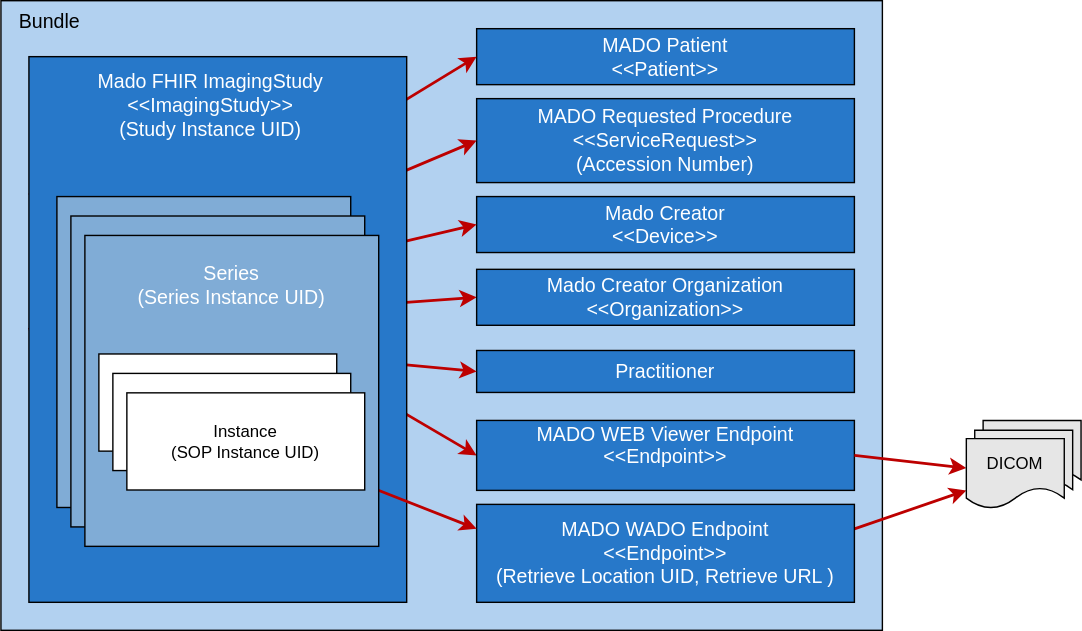
This is input/images/fhir-manifest-overview.drawio.svg from IHE/RAD.MADO, a draw.io export, as it was before one commit. Source tidied: cells renumbered, new cells last; positions are measured from the earlier drawing's top-left corner, leaving out a move shared by most shapes.
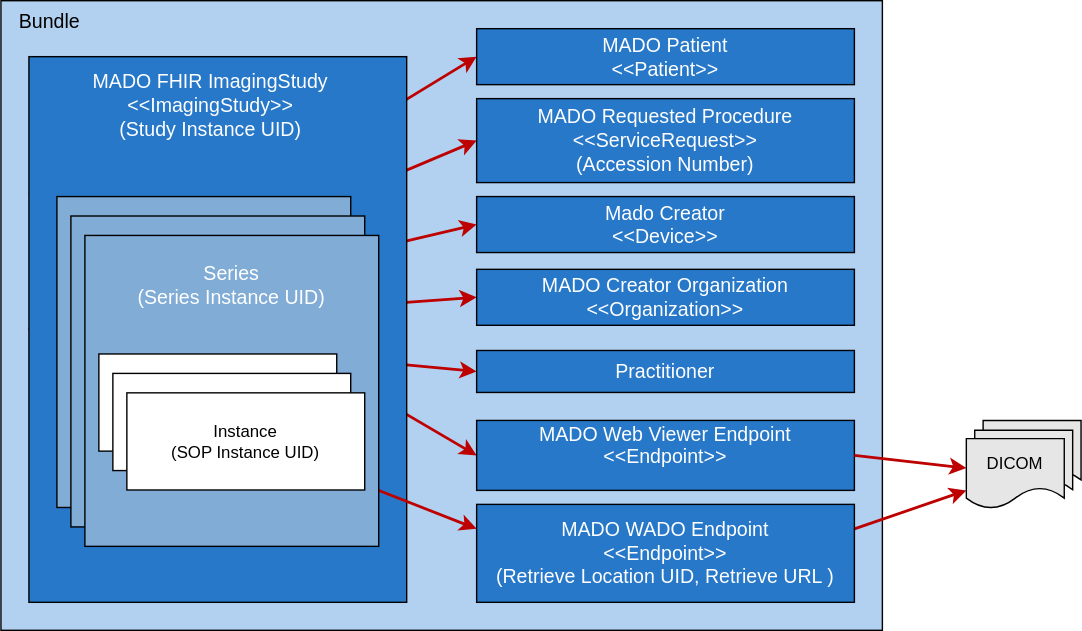
The same diagram one commit later.

Diff of the diagram source:
```diff
@@ -38,7 +38,7 @@
     <mxCell id="13" value="&lt;font style=&quot;color: rgb(255, 255, 255); font-size: 14px;&quot;&gt;MADO WADO Endpoint&lt;/font&gt;&lt;div&gt;&lt;font style=&quot;color: rgb(255, 255, 255); font-size: 14px;&quot;&gt;&amp;lt;&amp;lt;Endpoint&amp;gt;&amp;gt;&lt;/font&gt;&lt;div&gt;&lt;div&gt;&lt;font style=&quot;color: rgb(255, 255, 255); font-size: 14px;&quot;&gt;(Retrieve Location UID, Retrieve URL )&lt;/font&gt;&lt;/div&gt;&lt;/div&gt;&lt;/div&gt;" style="whiteSpace=wrap;html=1;fillColor=#2778C9;" parent="1" vertex="1">
       <mxGeometry x="340" y="360" width="270" height="70" as="geometry" />
     </mxCell>
-    <mxCell id="14" value="&lt;font style=&quot;color: rgb(255, 255, 255); font-size: 14px;&quot;&gt;MADO WEB Viewer Endpoint&amp;nbsp;&lt;/font&gt;&lt;div&gt;&lt;font style=&quot;color: rgb(255, 255, 255); font-size: 14px;&quot;&gt;&amp;lt;&amp;lt;Endpoint&amp;gt;&amp;gt;&lt;/font&gt;&lt;div&gt;&lt;br&gt;&lt;/div&gt;&lt;/div&gt;" style="whiteSpace=wrap;html=1;fillColor=#2778C9;" parent="1" vertex="1">
+    <mxCell id="14" value="&lt;font style=&quot;color: rgb(255, 255, 255); font-size: 14px;&quot;&gt;MADO Web Viewer Endpoint&amp;nbsp;&lt;/font&gt;&lt;div&gt;&lt;font style=&quot;color: rgb(255, 255, 255); font-size: 14px;&quot;&gt;&amp;lt;&amp;lt;Endpoint&amp;gt;&amp;gt;&lt;/font&gt;&lt;div&gt;&lt;br&gt;&lt;/div&gt;&lt;/div&gt;" style="whiteSpace=wrap;html=1;fillColor=#2778C9;" parent="1" vertex="1">
       <mxGeometry x="340" y="300" width="270" height="50" as="geometry" />
     </mxCell>
     <mxCell id="15" style="endArrow=classic;html=1;strokeColor=#BD0000;strokeWidth=2;exitX=1;exitY=0.5;exitDx=0;exitDy=0;" parent="1" edge="1" source="14" target="19">
@@ -65,13 +65,13 @@
     <mxCell id="22" style="whiteSpace=wrap;html=1;fillColor=#2778C9;" parent="1" vertex="1">
       <mxGeometry x="20" y="40" width="270" height="390" as="geometry" />
     </mxCell>
-    <mxCell id="23" value="&lt;font style=&quot;color: rgb(255, 255, 255);&quot;&gt;Mado FHIR ImagingStudy&lt;/font&gt;&lt;div&gt;&lt;font style=&quot;color: rgb(255, 255, 255);&quot;&gt;&amp;lt;&amp;lt;ImagingStudy&amp;gt;&amp;gt;&lt;/font&gt;&lt;div&gt;&lt;font style=&quot;color: rgb(255, 255, 255);&quot;&gt;(Study Instance UID)&lt;/font&gt;&lt;/div&gt;&lt;/div&gt;" style="text;html=1;align=center;verticalAlign=middle;whiteSpace=wrap;rounded=0;fontSize=14;" parent="1" vertex="1">
-      <mxGeometry x="65" y="60" width="170" height="30" as="geometry" />
+    <mxCell id="23" value="&lt;font style=&quot;color: rgb(255, 255, 255);&quot;&gt;MADO FHIR ImagingStudy&lt;/font&gt;&lt;div&gt;&lt;font style=&quot;color: rgb(255, 255, 255);&quot;&gt;&amp;lt;&amp;lt;ImagingStudy&amp;gt;&amp;gt;&lt;/font&gt;&lt;div&gt;&lt;font style=&quot;color: rgb(255, 255, 255);&quot;&gt;(Study Instance UID)&lt;/font&gt;&lt;/div&gt;&lt;/div&gt;" style="text;html=1;align=center;verticalAlign=middle;whiteSpace=wrap;rounded=0;fontSize=14;" parent="1" vertex="1">
+      <mxGeometry x="50" y="60" width="200" height="30" as="geometry" />
     </mxCell>
     <mxCell id="24" style="endArrow=classic;html=1;strokeColor=#BD0000;strokeWidth=2;exitX=0.99;exitY=0.906;exitDx=0;exitDy=0;exitPerimeter=0;entryX=0;entryY=0.25;entryDx=0;entryDy=0;" parent="1" edge="1" source="28" target="13">
       <mxGeometry relative="1" as="geometry" />
     </mxCell>
-    <mxCell id="25" value="&lt;font style=&quot;color: rgb(255, 255, 255); font-size: 14px;&quot;&gt;Mado Creator Organization&lt;/font&gt;&lt;div&gt;&lt;font style=&quot;color: rgb(255, 255, 255); font-size: 14px;&quot;&gt;&amp;lt;&amp;lt;Organization&amp;gt;&amp;gt;&lt;/font&gt;&lt;/div&gt;" style="whiteSpace=wrap;html=1;fillColor=#2778C9;" parent="1" vertex="1">
+    <mxCell id="25" value="&lt;font style=&quot;color: rgb(255, 255, 255); font-size: 14px;&quot;&gt;MADO Creator Organization&lt;/font&gt;&lt;div&gt;&lt;font style=&quot;color: rgb(255, 255, 255); font-size: 14px;&quot;&gt;&amp;lt;&amp;lt;Organization&amp;gt;&amp;gt;&lt;/font&gt;&lt;/div&gt;" style="whiteSpace=wrap;html=1;fillColor=#2778C9;" parent="1" vertex="1">
       <mxGeometry x="340" y="192" width="270" height="40" as="geometry" />
     </mxCell>
     <mxCell id="26" style="group;" parent="1" vertex="1">
```
